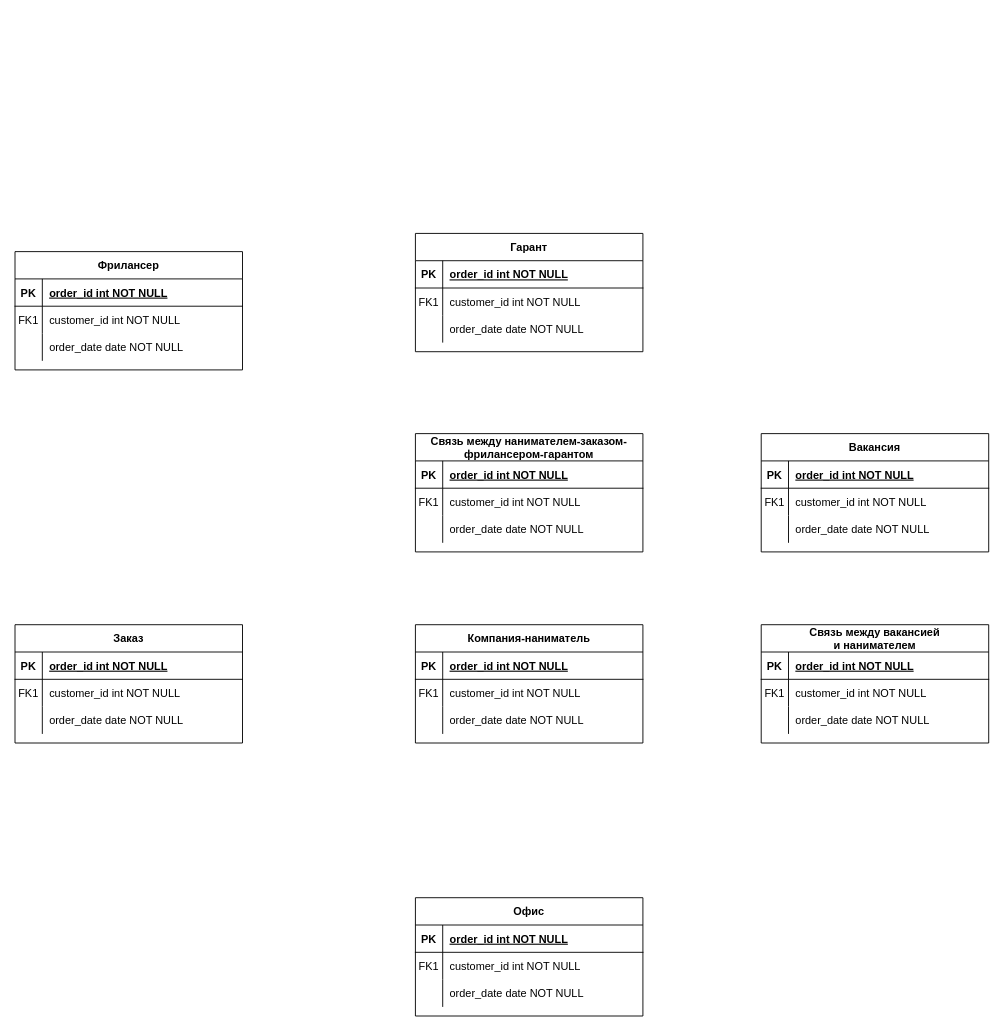
Before: Диаграмма без названия.drawio in jbvcdfhjkjnvccdesszxchiokk/pythonProject, a draw.io diagram. Source tidied: cells renumbered, new cells numbered last; positions are measured from the earlier drawing's top-left corner, leaving out a move shared by most shapes. Both pictures are drawn from the tidied source at 91%, with x=0, y=0 at pixel (15, 233).
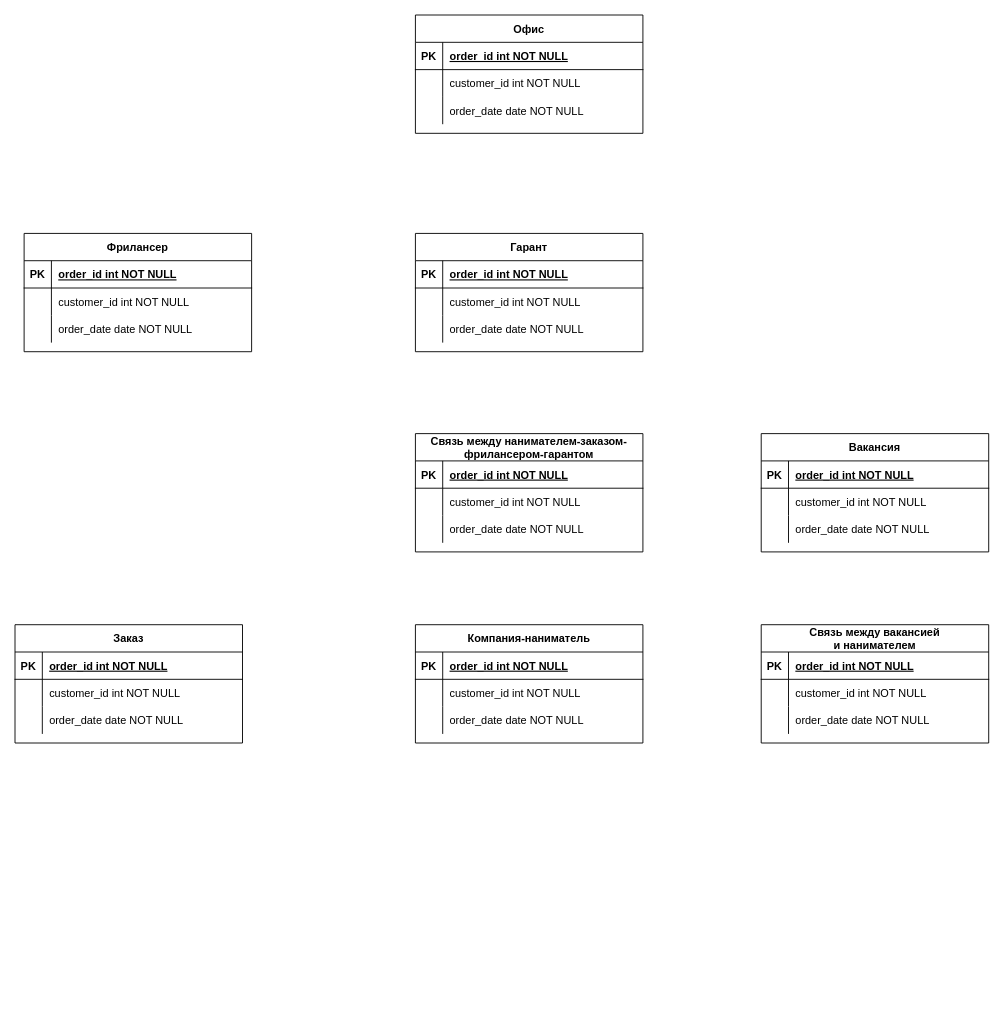
The same diagram, later.

Unchanged cells that the change refers to:
```xml
<mxCell id="6" style="shape=partialRectangle;fillColor=none;top=0;left=0;right=0;bottom=0;" parent="2" vertex="1">
  <mxGeometry y="60" width="250" height="30" as="geometry" />
</mxCell>
<mxCell id="16" style="shape=partialRectangle;fillColor=none;top=0;left=0;right=0;bottom=0;" parent="12" vertex="1">
  <mxGeometry y="60" width="250" height="30" as="geometry" />
</mxCell>
<mxCell id="26" style="shape=partialRectangle;fillColor=none;top=0;left=0;right=0;bottom=0;" parent="22" vertex="1">
  <mxGeometry y="60" width="250" height="30" as="geometry" />
</mxCell>
<mxCell id="36" style="shape=partialRectangle;fillColor=none;top=0;left=0;right=0;bottom=0;" parent="32" vertex="1">
  <mxGeometry y="60" width="250" height="30" as="geometry" />
</mxCell>
<mxCell id="46" style="shape=partialRectangle;fillColor=none;top=0;left=0;right=0;bottom=0;" parent="42" vertex="1">
  <mxGeometry y="60" width="250" height="30" as="geometry" />
</mxCell>
<mxCell id="56" style="shape=partialRectangle;fillColor=none;top=0;left=0;right=0;bottom=0;" parent="52" vertex="1">
  <mxGeometry y="60" width="250" height="30" as="geometry" />
</mxCell>
<mxCell id="66" style="shape=partialRectangle;fillColor=none;top=0;left=0;right=0;bottom=0;" parent="62" vertex="1">
  <mxGeometry y="60" width="250" height="30" as="geometry" />
</mxCell>
<mxCell id="76" style="shape=partialRectangle;fillColor=none;top=0;left=0;right=0;bottom=0;" parent="72" vertex="1">
  <mxGeometry y="60" width="250" height="30" as="geometry" />
</mxCell>
```

What changed in the source:
```diff
@@
-    <mxCell id="7" value="FK1" style="shape=partialRectangle;overflow=hidden;fillColor=none;top=0;left=0;bottom=0;right=0;" parent="6" vertex="1">
+    <mxCell id="7" style="shape=partialRectangle;overflow=hidden;fillColor=none;top=0;left=0;bottom=0;right=0;" parent="6" vertex="1">
       <mxGeometry width="30" height="30" as="geometry" />
     </mxCell>
@@
-    <mxCell id="17" value="FK1" style="shape=partialRectangle;overflow=hidden;fillColor=none;top=0;left=0;bottom=0;right=0;" parent="16" vertex="1">
+    <mxCell id="17" style="shape=partialRectangle;overflow=hidden;fillColor=none;top=0;left=0;bottom=0;right=0;" parent="16" vertex="1">
       <mxGeometry width="30" height="30" as="geometry" />
     </mxCell>
@@
-    <mxCell id="27" value="FK1" style="shape=partialRectangle;overflow=hidden;fillColor=none;top=0;left=0;bottom=0;right=0;" parent="26" vertex="1">
+    <mxCell id="27" style="shape=partialRectangle;overflow=hidden;fillColor=none;top=0;left=0;bottom=0;right=0;" parent="26" vertex="1">
       <mxGeometry width="30" height="30" as="geometry" />
     </mxCell>
@@
     <mxCell id="32" value="Офис" style="shape=table;startSize=30;childLayout=tableLayout;rowLines=0;fontStyle=1;align=center;" parent="1" vertex="1">
-      <mxGeometry x="440" y="730" width="250" height="130" as="geometry" />
+      <mxGeometry x="440" y="-240" width="250" height="130" as="geometry" />
     </mxCell>
@@
-    <mxCell id="37" value="FK1" style="shape=partialRectangle;overflow=hidden;fillColor=none;top=0;left=0;bottom=0;right=0;" parent="36" vertex="1">
+    <mxCell id="37" style="shape=partialRectangle;overflow=hidden;fillColor=none;top=0;left=0;bottom=0;right=0;" parent="36" vertex="1">
       <mxGeometry width="30" height="30" as="geometry" />
     </mxCell>
@@
-    <mxCell id="47" value="FK1" style="shape=partialRectangle;overflow=hidden;fillColor=none;top=0;left=0;bottom=0;right=0;" parent="46" vertex="1">
+    <mxCell id="47" style="shape=partialRectangle;overflow=hidden;fillColor=none;top=0;left=0;bottom=0;right=0;" parent="46" vertex="1">
       <mxGeometry width="30" height="30" as="geometry" />
     </mxCell>
@@
-    <mxCell id="57" value="FK1" style="shape=partialRectangle;overflow=hidden;fillColor=none;top=0;left=0;bottom=0;right=0;" parent="56" vertex="1">
+    <mxCell id="57" style="shape=partialRectangle;overflow=hidden;fillColor=none;top=0;left=0;bottom=0;right=0;" parent="56" vertex="1">
       <mxGeometry width="30" height="30" as="geometry" />
     </mxCell>
@@
-    <mxCell id="67" value="FK1" style="shape=partialRectangle;overflow=hidden;fillColor=none;top=0;left=0;bottom=0;right=0;" parent="66" vertex="1">
+    <mxCell id="67" style="shape=partialRectangle;overflow=hidden;fillColor=none;top=0;left=0;bottom=0;right=0;" parent="66" vertex="1">
       <mxGeometry width="30" height="30" as="geometry" />
     </mxCell>
@@
     <mxCell id="72" value="Фрилансер" style="shape=table;startSize=30;childLayout=tableLayout;rowLines=0;fontStyle=1;align=center;" parent="1" vertex="1">
-      <mxGeometry y="20" width="250" height="130" as="geometry" />
+      <mxGeometry x="10" width="250" height="130" as="geometry" />
     </mxCell>
@@
-    <mxCell id="77" value="FK1" style="shape=partialRectangle;overflow=hidden;fillColor=none;top=0;left=0;bottom=0;right=0;" parent="76" vertex="1">
+    <mxCell id="77" style="shape=partialRectangle;overflow=hidden;fillColor=none;top=0;left=0;bottom=0;right=0;" parent="76" vertex="1">
       <mxGeometry width="30" height="30" as="geometry" />
     </mxCell>
```
